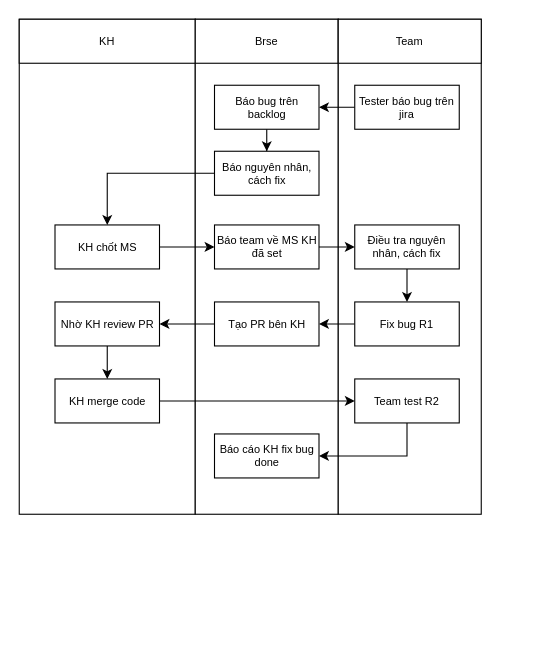
Earlier version of the draw.io diagram UML_drawer/flow.drawio (namnguyen5902/UML_drawer). Source tidied: cells renumbered, new cells numbered last; positions are measured from the earlier drawing's top-left corner, leaving out a move shared by most shapes. Both pictures are drawn from the tidied source at 110%, with x=0, y=0 at pixel (19, 19).
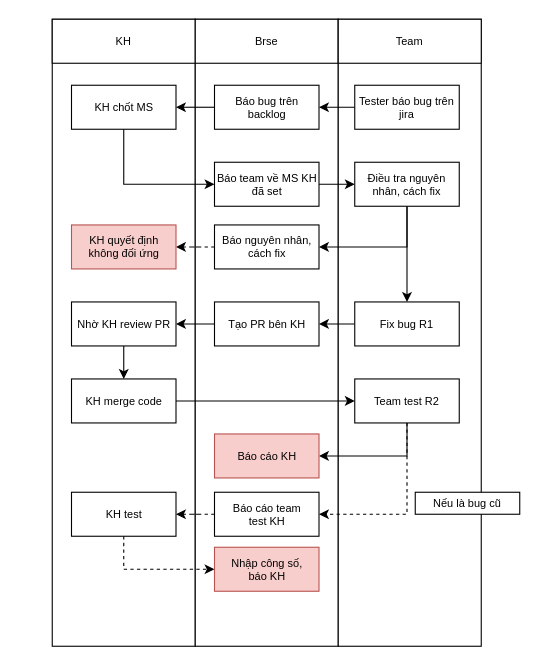
The same diagram, later.

The change refers to these unchanged cells:
```xml
<mxCell id="9" value="Báo bug trên backlog" style="rounded=0;whiteSpace=wrap;html=1;fontSize=10;" parent="1" vertex="1">
  <mxGeometry x="177.5" y="60" width="95" height="40" as="geometry" />
</mxCell>
<mxCell id="27" value="Team test R2" style="rounded=0;whiteSpace=wrap;html=1;fontSize=10;" parent="1" vertex="1">
  <mxGeometry x="305" y="327" width="95" height="40" as="geometry" />
</mxCell>
```

What changed in the source:
```diff
@@
     <mxCell id="2" style="rounded=0;whiteSpace=wrap;html=1;fontSize=10;" parent="1" vertex="1">
-      <mxGeometry width="160" height="450" as="geometry" />
+      <mxGeometry x="30" width="130" height="570" as="geometry" />
     </mxCell>
     <mxCell id="3" style="rounded=0;whiteSpace=wrap;html=1;fontSize=10;" parent="1" vertex="1">
-      <mxGeometry x="160" width="130" height="450" as="geometry" />
+      <mxGeometry x="160" width="130" height="570" as="geometry" />
     </mxCell>
     <mxCell id="4" value="KH" style="rounded=0;whiteSpace=wrap;html=1;fontSize=10;" parent="1" vertex="1">
-      <mxGeometry width="160" height="40" as="geometry" />
+      <mxGeometry x="30" width="130" height="40" as="geometry" />
     </mxCell>
@@
     <mxCell id="6" style="rounded=0;whiteSpace=wrap;html=1;fontSize=10;" parent="1" vertex="1">
-      <mxGeometry x="290" width="130" height="450" as="geometry" />
+      <mxGeometry x="290" width="130" height="570" as="geometry" />
     </mxCell>
@@
-    <mxCell id="8" style="edgeStyle=orthogonalEdgeStyle;rounded=0;jettySize=auto;html=1;entryX=0.5;entryY=0;entryDx=0;entryDy=0;" parent="1" edge="1" source="9" target="30">
+    <mxCell id="8" style="edgeStyle=orthogonalEdgeStyle;rounded=0;jettySize=auto;html=1;entryX=0;entryY=0.5;entryDx=0;entryDy=0;exitX=0.5;exitY=1;exitDx=0;exitDy=0;" parent="1" edge="1" source="13" target="15">
       <mxGeometry relative="1" as="geometry" />
     </mxCell>
@@
-    <mxCell id="12" style="edgeStyle=orthogonalEdgeStyle;rounded=0;jettySize=auto;html=1;exitX=1;exitY=0.5;exitDx=0;exitDy=0;entryX=0;entryY=0.5;entryDx=0;entryDy=0;" parent="1" edge="1" source="13" target="15">
-      <mxGeometry relative="1" as="geometry" />
-    </mxCell>
     <mxCell id="13" value="KH chốt MS" style="rounded=0;whiteSpace=wrap;html=1;fontSize=10;" parent="1" vertex="1">
-      <mxGeometry x="32.5" y="187" width="95" height="40" as="geometry" />
+      <mxGeometry x="47.5" y="60" width="95" height="40" as="geometry" />
     </mxCell>
@@
     <mxCell id="15" value="Báo team về MS KH đã set" style="rounded=0;whiteSpace=wrap;html=1;fontSize=10;" parent="1" vertex="1">
-      <mxGeometry x="177.5" y="187" width="95" height="40" as="geometry" />
+      <mxGeometry x="177.5" y="130" width="95" height="40" as="geometry" />
     </mxCell>
@@
+    <mxCell id="31" style="edgeStyle=orthogonalEdgeStyle;rounded=0;jettySize=auto;html=1;entryX=1;entryY=0.5;entryDx=0;entryDy=0;exitX=0.5;exitY=1;exitDx=0;exitDy=0;" parent="1" edge="1" source="17" target="30">
+      <mxGeometry relative="1" as="geometry" />
+    </mxCell>
     <mxCell id="17" value="Điều tra nguyên nhân, cách fix" style="rounded=0;whiteSpace=wrap;html=1;fontSize=10;" parent="1" vertex="1">
-      <mxGeometry x="305" y="187" width="95" height="40" as="geometry" />
+      <mxGeometry x="305" y="130" width="95" height="40" as="geometry" />
     </mxCell>
@@
     <mxCell id="23" value="Nhờ KH review PR" style="rounded=0;whiteSpace=wrap;html=1;fontSize=10;" parent="1" vertex="1">
-      <mxGeometry x="32.5" y="257" width="95" height="40" as="geometry" />
+      <mxGeometry x="47.5" y="257" width="95" height="40" as="geometry" />
     </mxCell>
@@
     <mxCell id="25" value="KH merge code" style="rounded=0;whiteSpace=wrap;html=1;fontSize=10;" parent="1" vertex="1">
-      <mxGeometry x="32.5" y="327" width="95" height="40" as="geometry" />
+      <mxGeometry x="47.5" y="327" width="95" height="40" as="geometry" />
     </mxCell>
@@
-    <mxCell id="28" value="Báo cáo KH fix bug done" style="rounded=0;whiteSpace=wrap;html=1;fontSize=10;" parent="1" vertex="1">
+    <mxCell id="28" value="Báo cáo KH" style="rounded=0;whiteSpace=wrap;html=1;fontSize=10;fillColor=#f8cecc;strokeColor=#b85450;" parent="1" vertex="1">
       <mxGeometry x="177.5" y="377" width="95" height="40" as="geometry" />
     </mxCell>
-    <mxCell id="29" style="edgeStyle=orthogonalEdgeStyle;rounded=0;jettySize=auto;html=1;entryX=0.5;entryY=0;entryDx=0;entryDy=0;" parent="1" edge="1" source="30" target="13">
+    <mxCell id="29" style="edgeStyle=orthogonalEdgeStyle;rounded=0;jettySize=auto;html=1;entryX=1;entryY=0.5;entryDx=0;entryDy=0;exitX=0;exitY=0.5;exitDx=0;exitDy=0;" parent="1" edge="1" source="9" target="13">
       <mxGeometry relative="1" as="geometry" />
     </mxCell>
+    <mxCell id="32" style="edgeStyle=orthogonalEdgeStyle;rounded=0;jettySize=auto;html=1;dashed=1;" parent="1" edge="1" source="30" target="39">
+      <mxGeometry relative="1" as="geometry" />
+    </mxCell>
     <mxCell id="30" value="Báo nguyên nhân,&lt;div&gt;cách fix&lt;/div&gt;" style="rounded=0;whiteSpace=wrap;html=1;fontSize=10;" parent="1" vertex="1">
-      <mxGeometry x="177.5" y="120" width="95" height="40" as="geometry" />
+      <mxGeometry x="177.5" y="187" width="95" height="40" as="geometry" />
     </mxCell>
+    <mxCell id="33" style="edgeStyle=orthogonalEdgeStyle;rounded=0;jettySize=auto;html=1;dashed=1;" parent="1" edge="1" source="34" target="37">
+      <mxGeometry relative="1" as="geometry" />
+    </mxCell>
+    <mxCell id="34" value="Báo cáo team&lt;div&gt;test KH&lt;/div&gt;" style="rounded=0;whiteSpace=wrap;html=1;fontSize=10;" parent="1" vertex="1">
+      <mxGeometry x="177.5" y="430" width="95" height="40" as="geometry" />
+    </mxCell>
+    <mxCell id="35" style="edgeStyle=orthogonalEdgeStyle;rounded=0;jettySize=auto;html=1;entryX=1;entryY=0.5;entryDx=0;entryDy=0;exitX=0.5;exitY=1;exitDx=0;exitDy=0;dashed=1;" parent="1" edge="1" source="27" target="34">
+      <mxGeometry relative="1" as="geometry" />
+    </mxCell>
+    <mxCell id="36" style="edgeStyle=orthogonalEdgeStyle;rounded=0;jettySize=auto;html=1;entryX=0;entryY=0.5;entryDx=0;entryDy=0;exitX=0.5;exitY=1;exitDx=0;exitDy=0;dashed=1;" parent="1" edge="1" source="37" target="38">
+      <mxGeometry relative="1" as="geometry" />
+    </mxCell>
+    <mxCell id="37" value="KH test" style="rounded=0;whiteSpace=wrap;html=1;fontSize=10;" parent="1" vertex="1">
+      <mxGeometry x="47.5" y="430" width="95" height="40" as="geometry" />
+    </mxCell>
+    <mxCell id="38" value="Nhập công số,&lt;div&gt;báo KH&lt;/div&gt;" style="rounded=0;whiteSpace=wrap;html=1;fontSize=10;fillColor=#f8cecc;strokeColor=#b85450;" parent="1" vertex="1">
+      <mxGeometry x="177.5" y="480" width="95" height="40" as="geometry" />
+    </mxCell>
+    <mxCell id="39" value="KH quyết định&lt;div&gt;không đối ứng&lt;/div&gt;" style="rounded=0;whiteSpace=wrap;html=1;fontSize=10;fillColor=#f8cecc;strokeColor=#b85450;" parent="1" vertex="1">
+      <mxGeometry x="47.5" y="187" width="95" height="40" as="geometry" />
+    </mxCell>
+    <mxCell id="40" value="Nếu là bug cũ" style="rounded=0;whiteSpace=wrap;html=1;fontSize=10;" parent="1" vertex="1">
+      <mxGeometry x="360" y="430" width="95" height="20" as="geometry" />
+    </mxCell>
```
